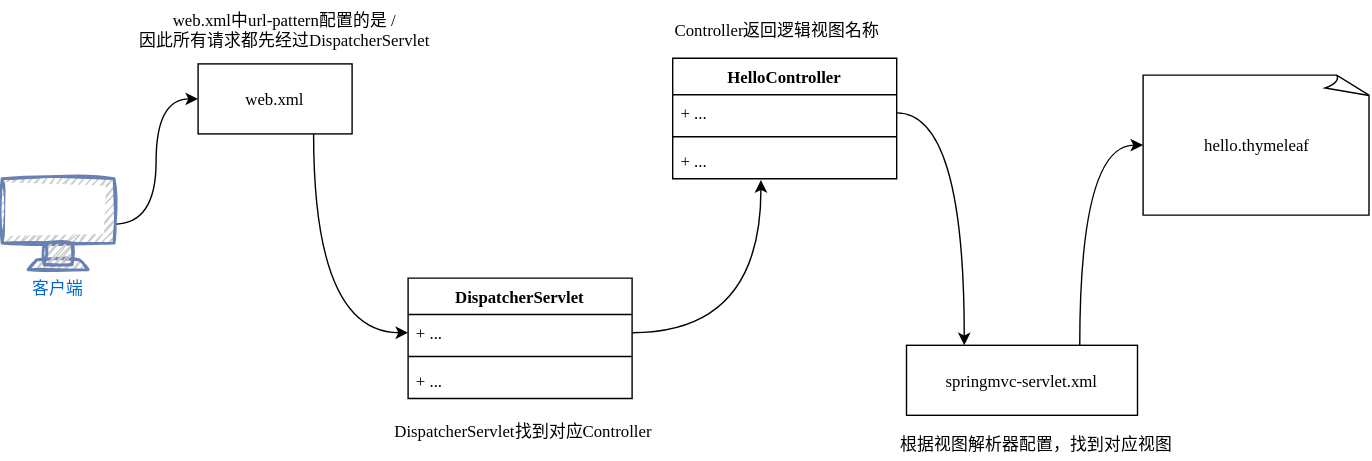
This is diagrams/java_serve/web_application/mvc/SpringMVC执行过程.svg from luguosong/images, a draw.io export, as it was before one commit. Source tidied: cells renumbered, new cells last; positions are measured from the earlier drawing's top-left corner, leaving out a move shared by most shapes.
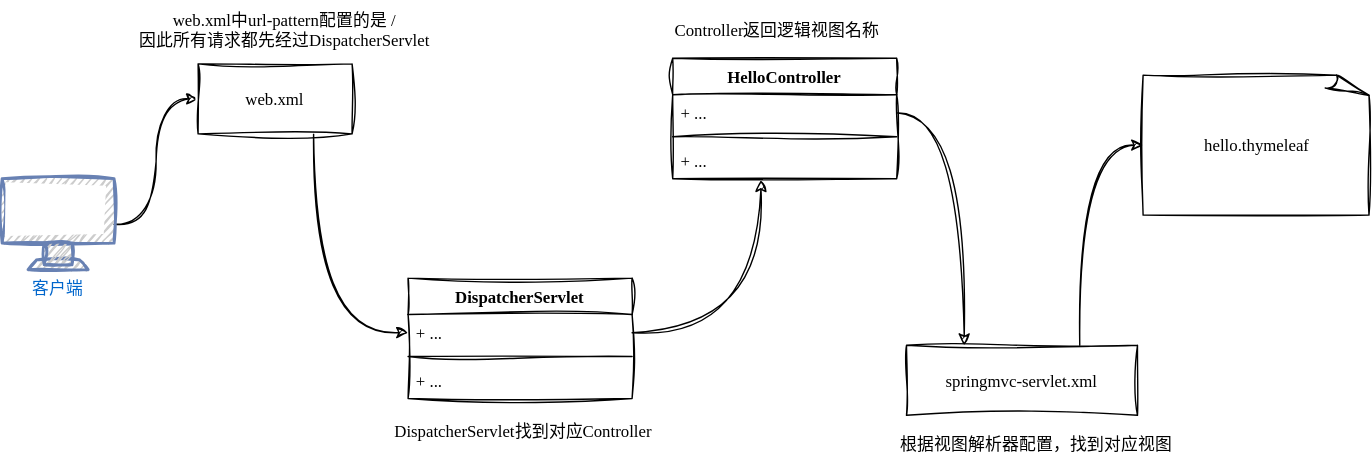
Above is the later version.

Commit message:
更新SpringMVC执行过程.svg

The edit, as a diff of the source:
```diff
@@ -2,67 +2,67 @@
   <root>
     <mxCell id="0" />
     <mxCell id="1" parent="0" />
-    <mxCell id="2" style="edgeStyle=orthogonalEdgeStyle;curved=1;rounded=0;jettySize=auto;exitX=1;exitY=0.5;exitDx=0;exitDy=0;exitPerimeter=0;entryX=0;entryY=0.5;entryDx=0;entryDy=0;fontFamily=LXGW WenKai;" parent="1" edge="1" source="3" target="5">
+    <mxCell id="2" style="edgeStyle=orthogonalEdgeStyle;curved=1;rounded=0;jettySize=auto;exitX=1;exitY=0.5;exitDx=0;exitDy=0;exitPerimeter=0;entryX=0;entryY=0.5;entryDx=0;entryDy=0;fontFamily=LXGW WenKai;sketch=1;curveFitting=1;jiggle=2;" parent="1" edge="1" source="3" target="5">
       <mxGeometry relative="1" as="geometry" />
     </mxCell>
     <mxCell id="3" value="客户端" style="fontColor=#0066CC;verticalAlign=top;verticalLabelPosition=bottom;labelPosition=center;align=center;outlineConnect=0;fillColor=#CCCCCC;strokeColor=#6881B3;gradientColor=none;gradientDirection=north;strokeWidth=2;shape=mxgraph.networks.monitor;sketch=1;hachureGap=4;jiggle=2;curveFitting=1;fontFamily=LXGW WenKai;" parent="1" vertex="1">
       <mxGeometry y="127" width="80" height="65" as="geometry" />
     </mxCell>
-    <mxCell id="4" style="edgeStyle=orthogonalEdgeStyle;curved=1;rounded=0;jettySize=auto;exitX=0.75;exitY=1;exitDx=0;exitDy=0;entryX=0;entryY=0.5;entryDx=0;entryDy=0;fontFamily=LXGW WenKai;" parent="1" edge="1" source="5" target="7">
+    <mxCell id="4" style="edgeStyle=orthogonalEdgeStyle;curved=1;rounded=0;jettySize=auto;exitX=0.75;exitY=1;exitDx=0;exitDy=0;entryX=0;entryY=0.5;entryDx=0;entryDy=0;fontFamily=LXGW WenKai;sketch=1;curveFitting=1;jiggle=2;" parent="1" edge="1" source="5" target="7">
       <mxGeometry relative="1" as="geometry" />
     </mxCell>
-    <mxCell id="5" value="web.xml" style="fontFamily=LXGW WenKai;" parent="1" vertex="1">
+    <mxCell id="5" value="web.xml" style="fontFamily=LXGW WenKai;sketch=1;curveFitting=1;jiggle=2;" parent="1" vertex="1">
       <mxGeometry x="140" y="45" width="110" height="50" as="geometry" />
     </mxCell>
-    <mxCell id="6" value="DispatcherServlet" style="swimlane;fontStyle=1;align=center;verticalAlign=top;horizontal=1;startSize=26;fontFamily=LXGW WenKai;" parent="1" vertex="1">
+    <mxCell id="6" value="DispatcherServlet" style="swimlane;fontStyle=1;align=center;verticalAlign=top;horizontal=1;startSize=26;fontFamily=LXGW WenKai;sketch=1;curveFitting=1;jiggle=2;" parent="1" vertex="1">
       <mxGeometry x="290" y="198" width="160" height="86" as="geometry" />
     </mxCell>
-    <mxCell id="7" value="+ ..." style="text;strokeColor=none;fillColor=none;align=left;verticalAlign=top;spacingLeft=4;spacingRight=4;overflow=hidden;points=[[0,0.5],[1,0.5]];portConstraint=eastwest;fontFamily=LXGW WenKai;" parent="6" vertex="1">
+    <mxCell id="7" value="+ ..." style="text;strokeColor=none;fillColor=none;align=left;verticalAlign=top;spacingLeft=4;spacingRight=4;overflow=hidden;points=[[0,0.5],[1,0.5]];portConstraint=eastwest;fontFamily=LXGW WenKai;sketch=1;curveFitting=1;jiggle=2;" parent="6" vertex="1">
       <mxGeometry y="26" width="160" height="26" as="geometry" />
     </mxCell>
-    <mxCell id="8" style="line;strokeWidth=1;fillColor=none;align=left;verticalAlign=middle;spacingTop=-1;spacingLeft=3;spacingRight=3;labelPosition=right;strokeColor=inherit;fontFamily=LXGW WenKai;" parent="6" vertex="1">
+    <mxCell id="8" style="line;strokeWidth=1;fillColor=none;align=left;verticalAlign=middle;spacingTop=-1;spacingLeft=3;spacingRight=3;labelPosition=right;strokeColor=inherit;fontFamily=LXGW WenKai;sketch=1;curveFitting=1;jiggle=2;" parent="6" vertex="1">
       <mxGeometry y="52" width="160" height="8" as="geometry" />
     </mxCell>
-    <mxCell id="9" value="+ ..." style="text;strokeColor=none;fillColor=none;align=left;verticalAlign=top;spacingLeft=4;spacingRight=4;overflow=hidden;fontFamily=LXGW WenKai;" parent="6" vertex="1">
+    <mxCell id="9" value="+ ..." style="text;strokeColor=none;fillColor=none;align=left;verticalAlign=top;spacingLeft=4;spacingRight=4;overflow=hidden;fontFamily=LXGW WenKai;sketch=1;curveFitting=1;jiggle=2;" parent="6" vertex="1">
       <mxGeometry y="60" width="160" height="26" as="geometry" />
     </mxCell>
-    <mxCell id="10" value="HelloController" style="swimlane;fontStyle=1;align=center;verticalAlign=top;horizontal=1;startSize=26;fontFamily=LXGW WenKai;" parent="1" vertex="1">
+    <mxCell id="10" value="HelloController" style="swimlane;fontStyle=1;align=center;verticalAlign=top;horizontal=1;startSize=26;fontFamily=LXGW WenKai;sketch=1;curveFitting=1;jiggle=2;" parent="1" vertex="1">
       <mxGeometry x="479" y="41" width="160" height="86" as="geometry" />
     </mxCell>
-    <mxCell id="11" value="+ ..." style="text;strokeColor=none;fillColor=none;align=left;verticalAlign=top;spacingLeft=4;spacingRight=4;overflow=hidden;points=[[0,0.5],[1,0.5]];portConstraint=eastwest;fontFamily=LXGW WenKai;" parent="10" vertex="1">
+    <mxCell id="11" value="+ ..." style="text;strokeColor=none;fillColor=none;align=left;verticalAlign=top;spacingLeft=4;spacingRight=4;overflow=hidden;points=[[0,0.5],[1,0.5]];portConstraint=eastwest;fontFamily=LXGW WenKai;sketch=1;curveFitting=1;jiggle=2;" parent="10" vertex="1">
       <mxGeometry y="26" width="160" height="26" as="geometry" />
     </mxCell>
-    <mxCell id="12" style="line;strokeWidth=1;fillColor=none;align=left;verticalAlign=middle;spacingTop=-1;spacingLeft=3;spacingRight=3;labelPosition=right;strokeColor=inherit;fontFamily=LXGW WenKai;" parent="10" vertex="1">
+    <mxCell id="12" style="line;strokeWidth=1;fillColor=none;align=left;verticalAlign=middle;spacingTop=-1;spacingLeft=3;spacingRight=3;labelPosition=right;strokeColor=inherit;fontFamily=LXGW WenKai;sketch=1;curveFitting=1;jiggle=2;" parent="10" vertex="1">
       <mxGeometry y="52" width="160" height="8" as="geometry" />
     </mxCell>
-    <mxCell id="13" value="+ ..." style="text;strokeColor=none;fillColor=none;align=left;verticalAlign=top;spacingLeft=4;spacingRight=4;overflow=hidden;points=[[0,0.5],[1,0.5]];portConstraint=eastwest;fontFamily=LXGW WenKai;" parent="10" vertex="1">
+    <mxCell id="13" value="+ ..." style="text;strokeColor=none;fillColor=none;align=left;verticalAlign=top;spacingLeft=4;spacingRight=4;overflow=hidden;points=[[0,0.5],[1,0.5]];portConstraint=eastwest;fontFamily=LXGW WenKai;sketch=1;curveFitting=1;jiggle=2;" parent="10" vertex="1">
       <mxGeometry y="60" width="160" height="26" as="geometry" />
     </mxCell>
-    <mxCell id="14" style="edgeStyle=orthogonalEdgeStyle;curved=1;rounded=0;jettySize=auto;exitX=1;exitY=0.5;exitDx=0;exitDy=0;entryX=0.394;entryY=1.038;entryDx=0;entryDy=0;entryPerimeter=0;fontFamily=LXGW WenKai;" parent="1" edge="1" source="7" target="13">
+    <mxCell id="14" style="edgeStyle=orthogonalEdgeStyle;curved=1;rounded=0;jettySize=auto;exitX=1;exitY=0.5;exitDx=0;exitDy=0;entryX=0.394;entryY=1.038;entryDx=0;entryDy=0;entryPerimeter=0;fontFamily=LXGW WenKai;sketch=1;curveFitting=1;jiggle=2;" parent="1" edge="1" source="7" target="13">
       <mxGeometry relative="1" as="geometry" />
     </mxCell>
-    <mxCell id="15" value="springmvc-servlet.xml" style="fontFamily=LXGW WenKai;" parent="1" vertex="1">
+    <mxCell id="15" value="springmvc-servlet.xml" style="fontFamily=LXGW WenKai;sketch=1;curveFitting=1;jiggle=2;" parent="1" vertex="1">
       <mxGeometry x="646" y="246" width="165" height="50" as="geometry" />
     </mxCell>
-    <mxCell id="16" style="edgeStyle=orthogonalEdgeStyle;curved=1;rounded=0;jettySize=auto;exitX=1;exitY=0.5;exitDx=0;exitDy=0;entryX=0.25;entryY=0;entryDx=0;entryDy=0;fontFamily=LXGW WenKai;" parent="1" edge="1" source="11" target="15">
+    <mxCell id="16" style="edgeStyle=orthogonalEdgeStyle;curved=1;rounded=0;jettySize=auto;exitX=1;exitY=0.5;exitDx=0;exitDy=0;entryX=0.25;entryY=0;entryDx=0;entryDy=0;fontFamily=LXGW WenKai;sketch=1;curveFitting=1;jiggle=2;" parent="1" edge="1" source="11" target="15">
       <mxGeometry relative="1" as="geometry" />
     </mxCell>
-    <mxCell id="17" value="hello.thymeleaf" style="shape=mxgraph.basic.document;fontFamily=LXGW WenKai;" parent="1" vertex="1">
+    <mxCell id="17" value="hello.thymeleaf" style="shape=mxgraph.basic.document;fontFamily=LXGW WenKai;sketch=1;curveFitting=1;jiggle=2;" parent="1" vertex="1">
       <mxGeometry x="815" y="53" width="163" height="100" as="geometry" />
     </mxCell>
-    <mxCell id="18" style="edgeStyle=orthogonalEdgeStyle;curved=1;rounded=0;jettySize=auto;exitX=0.75;exitY=0;exitDx=0;exitDy=0;entryX=0;entryY=0.5;entryDx=0;entryDy=0;entryPerimeter=0;fontFamily=LXGW WenKai;" parent="1" edge="1" source="15" target="17">
+    <mxCell id="18" style="edgeStyle=orthogonalEdgeStyle;curved=1;rounded=0;jettySize=auto;exitX=0.75;exitY=0;exitDx=0;exitDy=0;entryX=0;entryY=0.5;entryDx=0;entryDy=0;entryPerimeter=0;fontFamily=LXGW WenKai;sketch=1;curveFitting=1;jiggle=2;" parent="1" edge="1" source="15" target="17">
       <mxGeometry relative="1" as="geometry" />
     </mxCell>
-    <mxCell id="19" value="web.xml中url-pattern配置的是 /&#10;因此所有请求都先经过DispatcherServlet" style="text;align=center;verticalAlign=middle;strokeColor=none;fillColor=none;fontFamily=LXGW WenKai;" parent="1" vertex="1">
+    <mxCell id="19" value="web.xml中url-pattern配置的是 /&#10;因此所有请求都先经过DispatcherServlet" style="text;align=center;verticalAlign=middle;strokeColor=none;fillColor=none;fontFamily=LXGW WenKai;sketch=1;curveFitting=1;jiggle=2;" parent="1" vertex="1">
       <mxGeometry x="83" width="238" height="41" as="geometry" />
     </mxCell>
-    <mxCell id="20" value="DispatcherServlet找到对应Controller" style="text;align=center;verticalAlign=middle;strokeColor=none;fillColor=none;fontFamily=LXGW WenKai;" parent="1" vertex="1">
+    <mxCell id="20" value="DispatcherServlet找到对应Controller" style="text;align=center;verticalAlign=middle;strokeColor=none;fillColor=none;fontFamily=LXGW WenKai;sketch=1;curveFitting=1;jiggle=2;" parent="1" vertex="1">
       <mxGeometry x="261" y="294" width="223" height="26" as="geometry" />
     </mxCell>
-    <mxCell id="21" value="Controller返回逻辑视图名称" style="text;align=center;verticalAlign=middle;strokeColor=none;fillColor=none;fontFamily=LXGW WenKai;" parent="1" vertex="1">
+    <mxCell id="21" value="Controller返回逻辑视图名称" style="text;align=center;verticalAlign=middle;strokeColor=none;fillColor=none;fontFamily=LXGW WenKai;sketch=1;curveFitting=1;jiggle=2;" parent="1" vertex="1">
       <mxGeometry x="469" y="7.5" width="170" height="26" as="geometry" />
     </mxCell>
-    <mxCell id="22" value="根据视图解析器配置，找到对应视图" style="text;align=center;verticalAlign=middle;strokeColor=none;fillColor=none;fontFamily=LXGW WenKai;" parent="1" vertex="1">
+    <mxCell id="22" value="根据视图解析器配置，找到对应视图" style="text;align=center;verticalAlign=middle;strokeColor=none;fillColor=none;fontFamily=LXGW WenKai;sketch=1;curveFitting=1;jiggle=2;" parent="1" vertex="1">
       <mxGeometry x="634" y="303" width="210" height="26" as="geometry" />
     </mxCell>
   </root>
```
